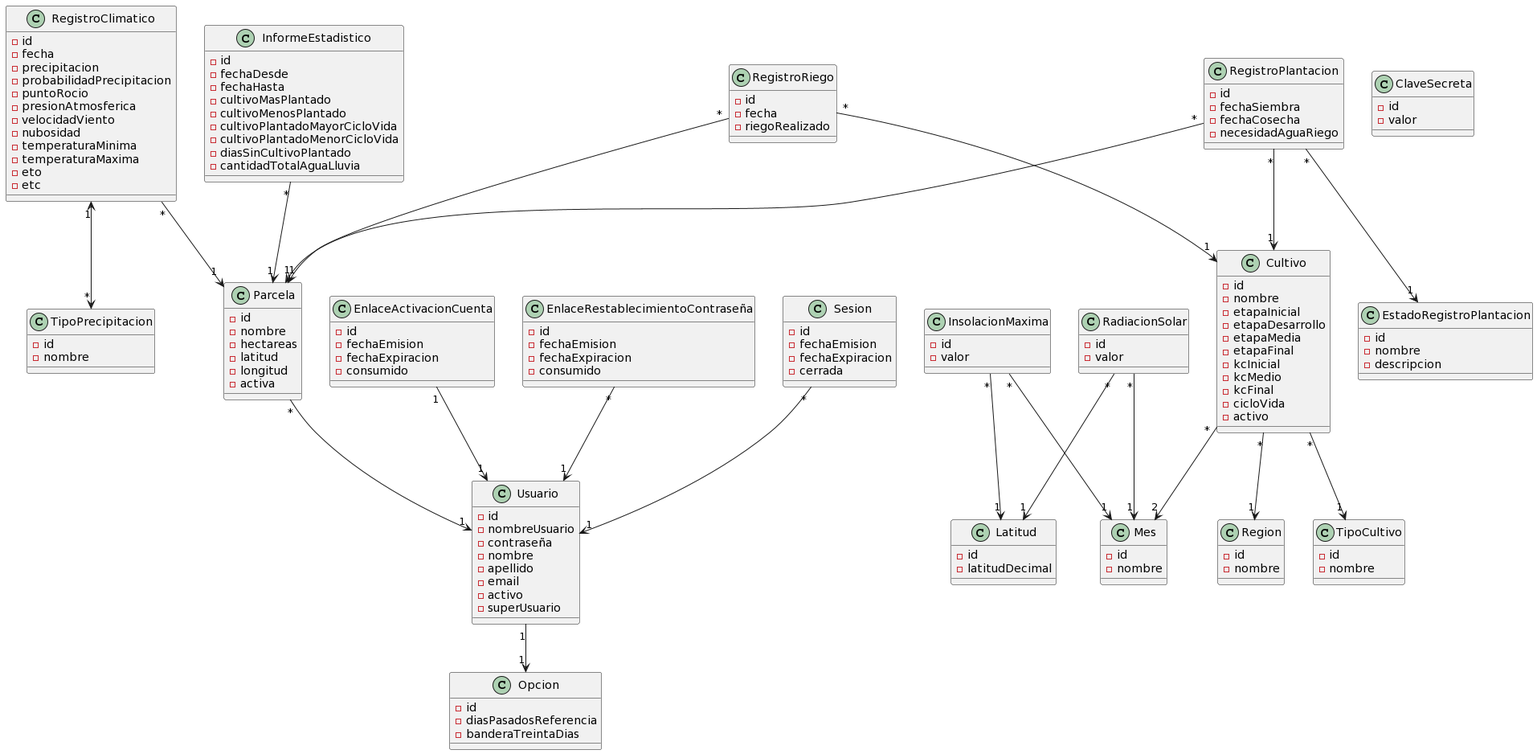
This is docs/domain model/Modelo de dominio.png from facundopaez-dev/sistema-web-riego, a PlantUML export, as it was before one commit.
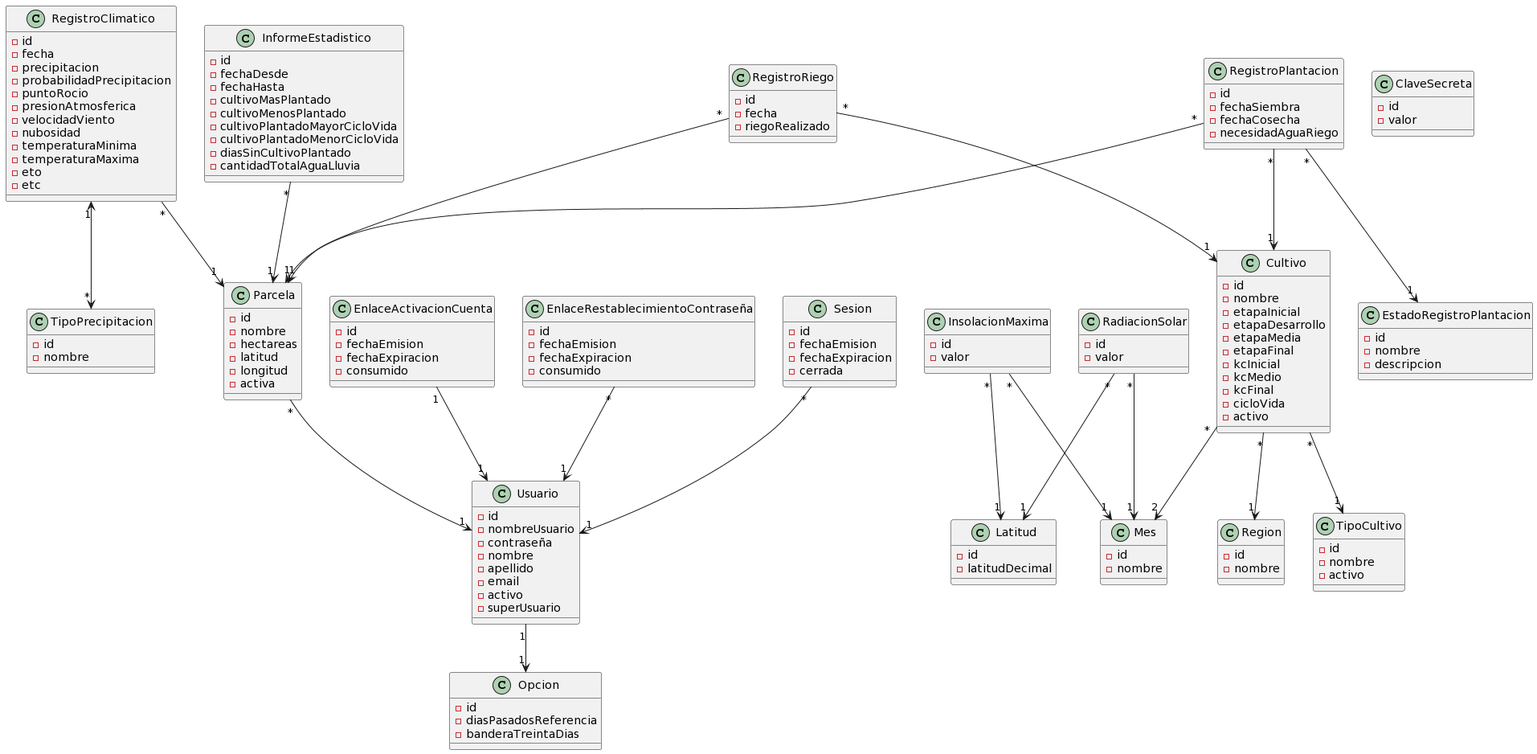
After the change.

Commit message:
Atributo activo agregado al modelo de datos del tipo de cultivo

The edit, as a diff of the source:
```diff
@@ -58,6 +58,7 @@
 class TipoCultivo {
 -id
 -nombre
+-activo
 }
 
 class Region {
```
